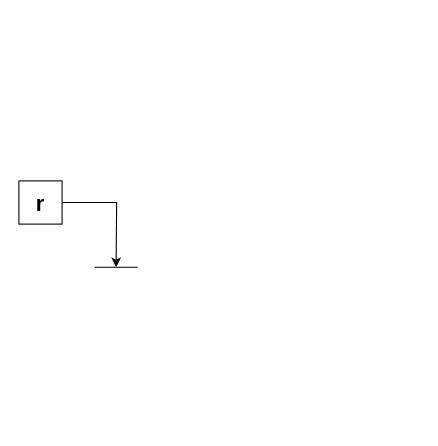
The draw.io diagram Lab Assignments/LabWorks/Labwork 6 Pointers/drawi.io/Question 3.drawio in Mehmood-Deshmukh/COEP-Data-Structures-and-Algorithms, before the edit. Source tidied: cells renumbered, new cells numbered last; positions are measured from the earlier drawing's top-left corner, leaving out a move shared by most shapes. Both pictures are drawn from the tidied source at 108%, with x=0, y=0 at pixel (18, 180).
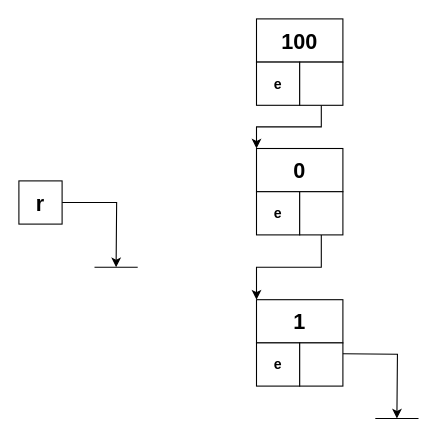
Above is the later version.

What changed in the source:
```diff
@@
+    <mxCell id="5" value="100" style="rounded=0;whiteSpace=wrap;html=1;fontSize=20;fontStyle=1;" parent="1" vertex="1">
+      <mxGeometry x="220" y="-150" width="80" height="40" as="geometry" />
+    </mxCell>
+    <mxCell id="6" value="e" style="whiteSpace=wrap;html=1;fontSize=13;fontStyle=1;" parent="1" vertex="1">
+      <mxGeometry x="220" y="-110" width="40" height="40" as="geometry" />
+    </mxCell>
+    <mxCell id="7" style="edgeStyle=orthogonalEdgeStyle;rounded=0;jettySize=auto;html=1;entryX=0;entryY=0;entryDx=0;entryDy=0;" parent="1" edge="1" source="8" target="9">
+      <mxGeometry relative="1" as="geometry" />
+    </mxCell>
+    <mxCell id="8" style="whiteSpace=wrap;html=1;fontSize=13;fontStyle=1;" parent="1" vertex="1">
+      <mxGeometry x="260" y="-110" width="40" height="40" as="geometry" />
+    </mxCell>
+    <mxCell id="9" value="0" style="rounded=0;whiteSpace=wrap;html=1;fontSize=20;fontStyle=1;" parent="1" vertex="1">
+      <mxGeometry x="220" y="-30" width="80" height="40" as="geometry" />
+    </mxCell>
+    <mxCell id="10" value="e" style="whiteSpace=wrap;html=1;fontSize=13;fontStyle=1;" parent="1" vertex="1">
+      <mxGeometry x="220" y="10" width="40" height="40" as="geometry" />
+    </mxCell>
+    <mxCell id="11" style="edgeStyle=orthogonalEdgeStyle;rounded=0;jettySize=auto;html=1;entryX=0;entryY=0;entryDx=0;entryDy=0;" parent="1" edge="1" source="12" target="13">
+      <mxGeometry relative="1" as="geometry" />
+    </mxCell>
+    <mxCell id="12" style="whiteSpace=wrap;html=1;fontSize=13;fontStyle=1;" parent="1" vertex="1">
+      <mxGeometry x="260" y="10" width="40" height="40" as="geometry" />
+    </mxCell>
+    <mxCell id="13" value="1" style="rounded=0;whiteSpace=wrap;html=1;fontSize=20;fontStyle=1;" parent="1" vertex="1">
+      <mxGeometry x="220" y="110" width="80" height="40" as="geometry" />
+    </mxCell>
+    <mxCell id="14" value="e" style="whiteSpace=wrap;html=1;fontSize=13;fontStyle=1;" parent="1" vertex="1">
+      <mxGeometry x="220" y="150" width="40" height="40" as="geometry" />
+    </mxCell>
+    <mxCell id="15" style="whiteSpace=wrap;html=1;fontSize=13;fontStyle=1;" parent="1" vertex="1">
+      <mxGeometry x="260" y="150" width="40" height="40" as="geometry" />
+    </mxCell>
+    <mxCell id="16" style="endArrow=none;html=1;rounded=0;" parent="1" edge="1">
+      <mxGeometry relative="1" as="geometry">
+        <mxPoint x="330" y="220" as="sourcePoint" />
+        <mxPoint x="370" y="220" as="targetPoint" />
+      </mxGeometry>
+    </mxCell>
+    <mxCell id="17" style="edgeStyle=orthogonalEdgeStyle;rounded=0;orthogonalLoop=1;jettySize=auto;html=1;" parent="1" edge="1">
+      <mxGeometry relative="1" as="geometry">
+        <mxPoint x="300" y="160" as="sourcePoint" />
+        <mxPoint x="350" y="220" as="targetPoint" />
+      </mxGeometry>
+    </mxCell>
```
